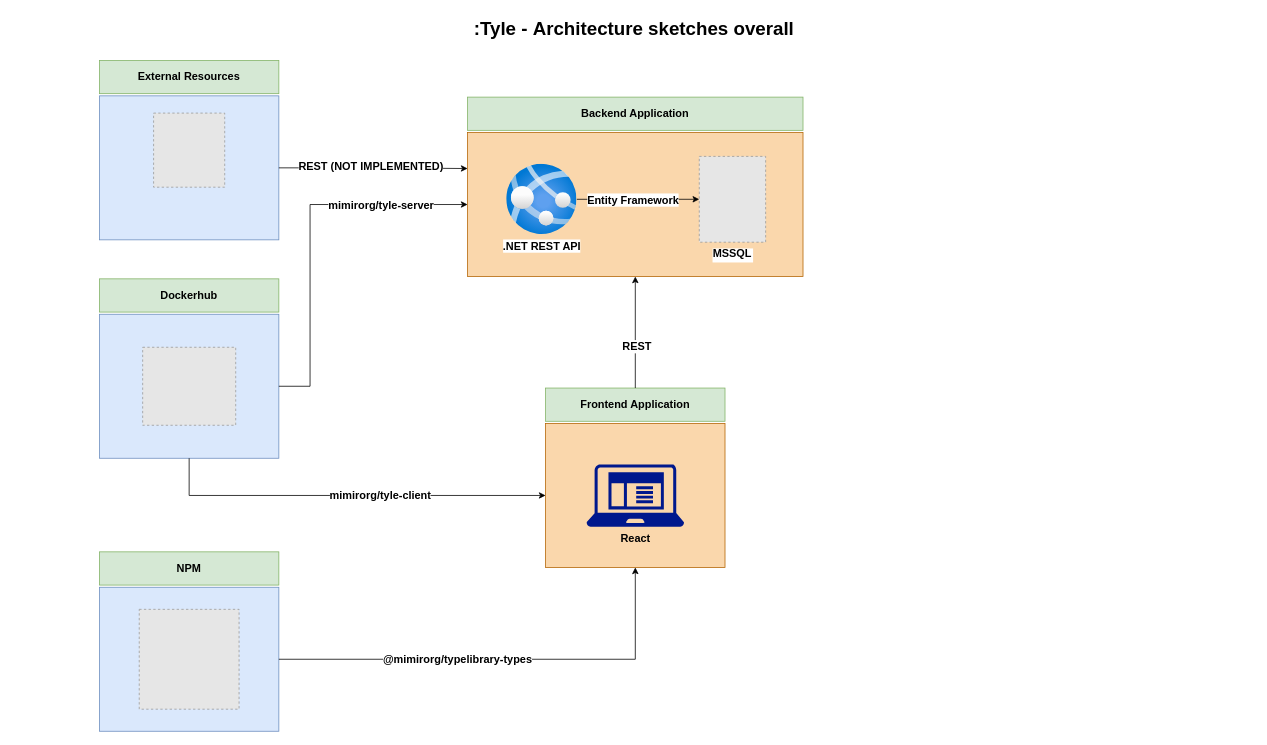
Before: architecture/tyle_architecture_overall.drawio in mimir-org/documents, a draw.io diagram. Source tidied: cells renumbered, new cells numbered last; positions are measured from the earlier drawing's top-left corner, leaving out a move shared by most shapes. Both pictures are drawn from the tidied source at 78%, with x=0, y=0 at pixel (13, 13). Pictures stored in the file or linked from it are replaced by grey dashed boxes.
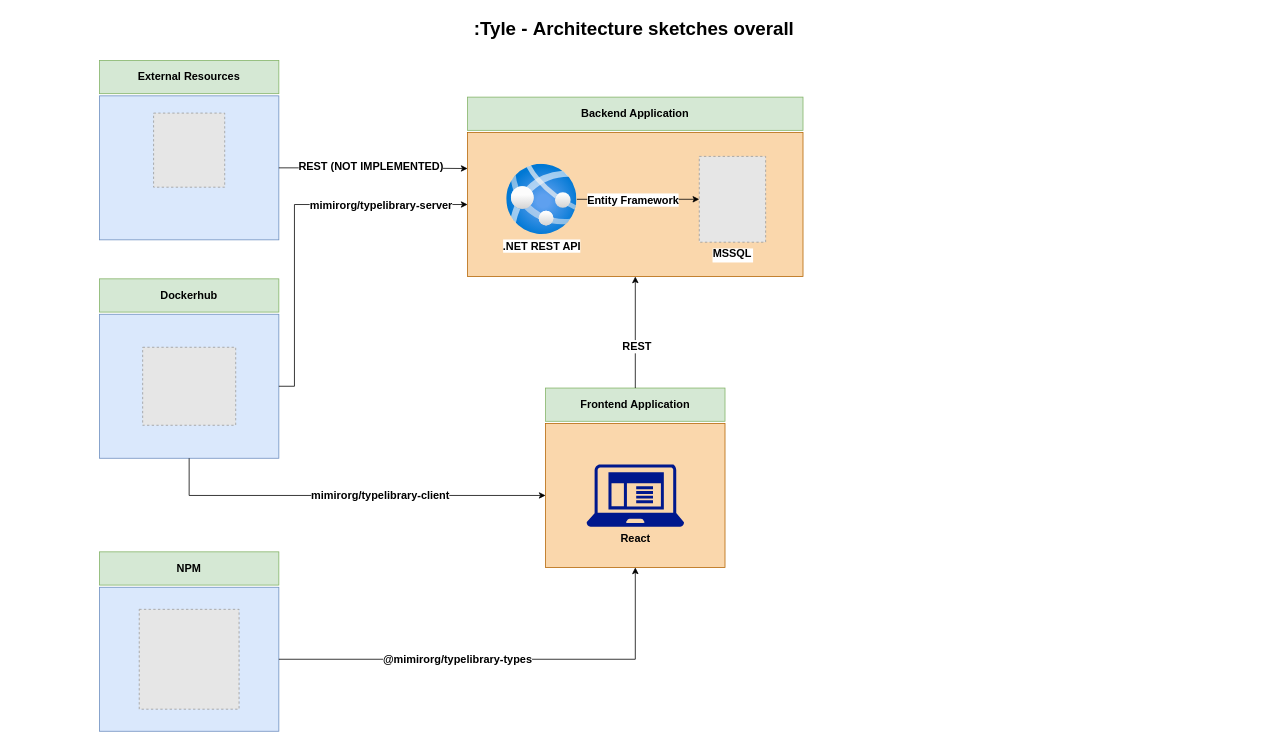
The same diagram, later.

Commit message (it also covers changes not shown here):
Changed tyle_architecture_overall files

Unchanged cells that the change refers to:
```xml
<mxCell id="7" value="&lt;p style=&quot;line-height: 1.2;&quot;&gt;&lt;br&gt;&lt;/p&gt;" style="whiteSpace=wrap;html=1;strokeColor=#b46504;fillColor=#fad7ac;align=center;rounded=0;glass=0;imageWidth=20;imageAspect=0;imageVerticalAlign=middle;comic=0;" parent="5" vertex="1">
  <mxGeometry y="45.4" width="430" height="184.6" as="geometry" />
</mxCell>
<mxCell id="21" value="&lt;p style=&quot;line-height: 1.2;&quot;&gt;&lt;br&gt;&lt;/p&gt;" style="whiteSpace=wrap;html=1;strokeColor=#6c8ebf;fillColor=#dae8fc;align=center;rounded=0;glass=0;imageWidth=20;imageAspect=0;imageVerticalAlign=middle;comic=0;" parent="19" vertex="1">
  <mxGeometry y="45.4" width="230" height="184.6" as="geometry" />
</mxCell>
<mxCell id="25" style="edgeStyle=orthogonalEdgeStyle;rounded=0;jettySize=auto;html=1;exitX=0.5;exitY=1;exitDx=0;exitDy=0;entryX=0;entryY=0.5;entryDx=0;entryDy=0;fontSize=14;" parent="1" edge="1" source="21" target="14">
  <mxGeometry relative="1" as="geometry" />
</mxCell>
```

What changed in the source:
```diff
@@
     <mxCell id="23" style="edgeStyle=orthogonalEdgeStyle;rounded=0;jettySize=auto;html=1;exitX=1;exitY=0.5;exitDx=0;exitDy=0;entryX=0;entryY=0.5;entryDx=0;entryDy=0;fontSize=14;" parent="1" edge="1" source="21" target="7">
       <mxGeometry relative="1" as="geometry">
         <Array as="points">
-          <mxPoint x="380" y="478" />
-          <mxPoint x="380" y="245" />
+          <mxPoint x="360" y="478" />
+          <mxPoint x="360" y="245" />
         </Array>
       </mxGeometry>
     </mxCell>
-    <mxCell id="24" value="mimirorg/tyle-server" style="edgeLabel;html=1;align=center;verticalAlign=middle;fontSize=14;fontStyle=1;" parent="23" vertex="1">
+    <mxCell id="24" value="mimirorg/typelibrary-server" style="edgeLabel;html=1;align=center;verticalAlign=middle;fontSize=14;fontStyle=1;" parent="23" vertex="1">
       <mxGeometry x="-0.22" y="-1" relative="1" as="geometry">
-        <mxPoint x="89" y="-87" as="offset" />
+        <mxPoint x="109" y="-67" as="offset" />
       </mxGeometry>
     </mxCell>
@@
-    <mxCell id="26" value="&lt;b&gt;mimirorg/tyle-client&lt;/b&gt;" style="edgeLabel;html=1;align=center;verticalAlign=middle;fontSize=14;" parent="25" vertex="1">
+    <mxCell id="26" value="&lt;b&gt;mimirorg/typelibrary-client&lt;/b&gt;" style="edgeLabel;html=1;align=center;verticalAlign=middle;fontSize=14;" parent="25" vertex="1">
       <mxGeometry x="-0.46" relative="1" as="geometry">
         <mxPoint x="156" as="offset" />
       </mxGeometry>
     </mxCell>
```
